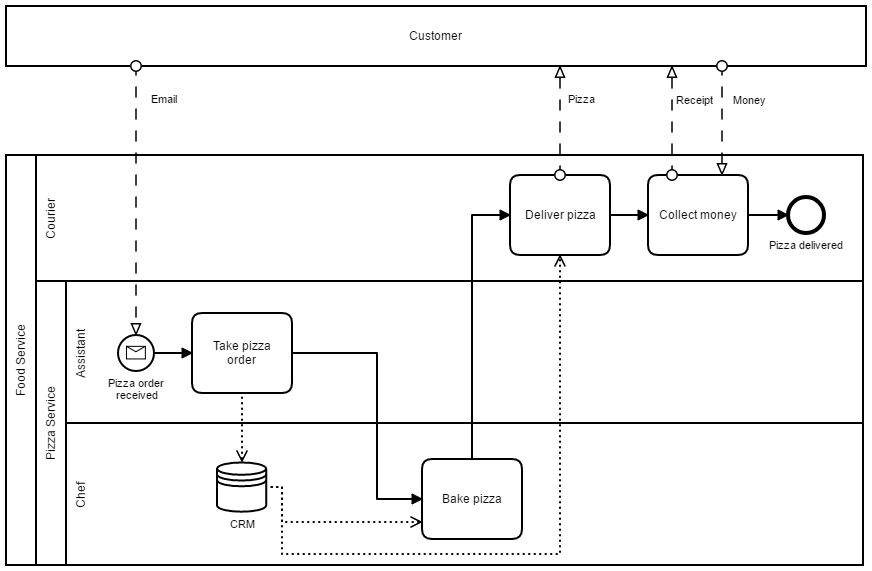
Above: images/pizza-service-operational-interaction.png in DigiBP/digibp-food-inc (BPMN), before the change. Its source is kept beside it as modelling/pizza-service/pizza-service-operational-interaction.bpmn. Ids are renumbered. Its diagram source:
```xml
<bpmn:definitions xmlns:bpmn="http://www.omg.org/spec/BPMN/20100524/MODEL" xmlns:bpmndi="http://www.omg.org/spec/BPMN/20100524/DI" xmlns:di="http://www.omg.org/spec/DD/20100524/DI" xmlns:dc="http://www.omg.org/spec/DD/20100524/DC" xmlns:xsi="http://www.w3.org/2001/XMLSchema-instance" id="Definitions_1" targetNamespace="http://bpmn.io/schema/bpmn" exporter="Camunda Modeler" exporterVersion="1.11.3">
  <bpmn:collaboration id="Collaboration_n1">
    <bpmn:participant id="Participant_n2" name="Food Service" processRef="Process_1" />
    <bpmn:participant id="Participant_n3" name="Customer" />
    <bpmn:messageFlow id="MessageFlow_n4" name="Email" sourceRef="Participant_n3" targetRef="StartEvent_n5" />
    <bpmn:messageFlow id="MessageFlow_n6" name="Pizza" sourceRef="Task_n7" targetRef="Participant_n3" />
    <bpmn:messageFlow id="MessageFlow_n8" name="Money" sourceRef="Participant_n3" targetRef="Task_n9" />
    <bpmn:messageFlow id="MessageFlow_n10" name="Receipt" sourceRef="Task_n9" targetRef="Participant_n3" />
  </bpmn:collaboration>
  <bpmn:process id="Process_1" isExecutable="true">
    <bpmn:laneSet>
      <bpmn:lane id="Lane_n11" name="Courier">
        <bpmn:flowNodeRef>Task_n9</bpmn:flowNodeRef>
        <bpmn:flowNodeRef>Task_n7</bpmn:flowNodeRef>
        <bpmn:flowNodeRef>EndEvent_n12</bpmn:flowNodeRef>
      </bpmn:lane>
      <bpmn:lane id="Lane_n13" name="Pizza Service">
        <bpmn:flowNodeRef>Task_n14</bpmn:flowNodeRef>
        <bpmn:flowNodeRef>Task_n15</bpmn:flowNodeRef>
        <bpmn:flowNodeRef>StartEvent_n5</bpmn:flowNodeRef>
        <bpmn:childLaneSet xsi:type="bpmn:tLaneSet">
          <bpmn:lane id="Lane_n16" name="Assistant">
            <bpmn:flowNodeRef>Task_n15</bpmn:flowNodeRef>
            <bpmn:flowNodeRef>StartEvent_n5</bpmn:flowNodeRef>
          </bpmn:lane>
          <bpmn:lane id="Lane_n17" name="Chef">
            <bpmn:flowNodeRef>Task_n14</bpmn:flowNodeRef>
          </bpmn:lane>
        </bpmn:childLaneSet>
      </bpmn:lane>
    </bpmn:laneSet>
    <bpmn:sequenceFlow id="SequenceFlow_n18" sourceRef="Task_n14" targetRef="Task_n7" />
    <bpmn:sequenceFlow id="SequenceFlow_n19" sourceRef="Task_n9" targetRef="EndEvent_n12" />
    <bpmn:sequenceFlow id="SequenceFlow_n20" sourceRef="Task_n7" targetRef="Task_n9" />
    <bpmn:endEvent id="EndEvent_n12" name="Pizza delivered">
      <bpmn:incoming>SequenceFlow_n19</bpmn:incoming>
    </bpmn:endEvent>
    <bpmn:task id="Task_n7" name="Deliver pizza">
      <bpmn:incoming>SequenceFlow_n18</bpmn:incoming>
      <bpmn:outgoing>SequenceFlow_n20</bpmn:outgoing>
      <bpmn:property id="Property_n21" name="__targetRef_placeholder" />
      <bpmn:dataInputAssociation id="DataInputAssociation_n22">
        <bpmn:sourceRef>DataStoreReference_n23</bpmn:sourceRef>
        <bpmn:targetRef>Property_n21</bpmn:targetRef>
      </bpmn:dataInputAssociation>
    </bpmn:task>
    <bpmn:task id="Task_n9" name="Collect money">
      <bpmn:incoming>SequenceFlow_n20</bpmn:incoming>
      <bpmn:outgoing>SequenceFlow_n19</bpmn:outgoing>
    </bpmn:task>
    <bpmn:sequenceFlow id="SequenceFlow_n24" sourceRef="StartEvent_n5" targetRef="Task_n15" />
    <bpmn:sequenceFlow id="SequenceFlow_n25" sourceRef="Task_n15" targetRef="Task_n14" />
    <bpmn:task id="Task_n14" name="Bake pizza">
      <bpmn:incoming>SequenceFlow_n25</bpmn:incoming>
      <bpmn:outgoing>SequenceFlow_n18</bpmn:outgoing>
      <bpmn:property id="Property_n26" name="__targetRef_placeholder" />
      <bpmn:dataInputAssociation id="DataInputAssociation_n27">
        <bpmn:sourceRef>DataStoreReference_n23</bpmn:sourceRef>
        <bpmn:targetRef>Property_n26</bpmn:targetRef>
      </bpmn:dataInputAssociation>
    </bpmn:task>
    <bpmn:task id="Task_n15" name="Take pizza order">
      <bpmn:incoming>SequenceFlow_n24</bpmn:incoming>
      <bpmn:outgoing>SequenceFlow_n25</bpmn:outgoing>
      <bpmn:dataOutputAssociation id="DataOutputAssociation_n28">
        <bpmn:targetRef>DataStoreReference_n23</bpmn:targetRef>
      </bpmn:dataOutputAssociation>
    </bpmn:task>
    <bpmn:startEvent id="StartEvent_n5" name="Pizza order received">
      <bpmn:outgoing>SequenceFlow_n24</bpmn:outgoing>
      <bpmn:messageEventDefinition />
    </bpmn:startEvent>
    <bpmn:dataStoreReference id="DataStoreReference_n23" name="CRM" />
  </bpmn:process>
  <bpmndi:BPMNDiagram id="BPMNDiagram_1">
    <bpmndi:BPMNPlane id="BPMNPlane_1" bpmnElement="Collaboration_n1">
      <bpmndi:BPMNShape id="Participant_n2_di" bpmnElement="Participant_n2">
        <dc:Bounds x="116" y="182" width="857" height="410" />
      </bpmndi:BPMNShape>
      <bpmndi:BPMNShape id="Participant_1bxmz45_di" bpmnElement="Participant_n3">
        <dc:Bounds x="116" y="33" width="860" height="60" />
      </bpmndi:BPMNShape>
      <bpmndi:BPMNShape id="Lane_n11_di" bpmnElement="Lane_n11">
        <dc:Bounds x="146" y="182" width="827" height="126" />
      </bpmndi:BPMNShape>
      <bpmndi:BPMNShape id="Lane_n13_di" bpmnElement="Lane_n13">
        <dc:Bounds x="146" y="308" width="827" height="284" />
      </bpmndi:BPMNShape>
      <bpmndi:BPMNEdge id="MessageFlow_n4_di" bpmnElement="MessageFlow_n4">
        <di:waypoint xsi:type="dc:Point" x="246" y="93" />
        <di:waypoint xsi:type="dc:Point" x="246" y="362" />
        <bpmndi:BPMNLabel>
          <dc:Bounds x="261" y="118" width="27" height="12" />
        </bpmndi:BPMNLabel>
      </bpmndi:BPMNEdge>
      <bpmndi:BPMNShape id="Task_n14_di" bpmnElement="Task_n14">
        <dc:Bounds x="532" y="486" width="100" height="80" />
      </bpmndi:BPMNShape>
      <bpmndi:BPMNShape id="Task_n7_di" bpmnElement="Task_n7">
        <dc:Bounds x="620" y="202" width="100" height="80" />
      </bpmndi:BPMNShape>
      <bpmndi:BPMNEdge id="SequenceFlow_n18_di" bpmnElement="SequenceFlow_n18">
        <di:waypoint xsi:type="dc:Point" x="582" y="486" />
        <di:waypoint xsi:type="dc:Point" x="582" y="242" />
        <di:waypoint xsi:type="dc:Point" x="620" y="242" />
        <bpmndi:BPMNLabel>
          <dc:Bounds x="552" y="358" width="90" height="12" />
        </bpmndi:BPMNLabel>
      </bpmndi:BPMNEdge>
      <bpmndi:BPMNShape id="Task_n9_di" bpmnElement="Task_n9">
        <dc:Bounds x="758" y="202" width="100" height="80" />
      </bpmndi:BPMNShape>
      <bpmndi:BPMNEdge id="SequenceFlow_n20_di" bpmnElement="SequenceFlow_n20">
        <di:waypoint xsi:type="dc:Point" x="720" y="242" />
        <di:waypoint xsi:type="dc:Point" x="758" y="242" />
        <bpmndi:BPMNLabel>
          <dc:Bounds x="694" y="221" width="90" height="12" />
        </bpmndi:BPMNLabel>
      </bpmndi:BPMNEdge>
      <bpmndi:BPMNShape id="EndEvent_n12_di" bpmnElement="EndEvent_n12">
        <dc:Bounds x="898" y="224" width="36" height="36" />
        <bpmndi:BPMNLabel>
          <dc:Bounds x="879" y="264" width="74" height="12" />
        </bpmndi:BPMNLabel>
      </bpmndi:BPMNShape>
      <bpmndi:BPMNEdge id="SequenceFlow_n19_di" bpmnElement="SequenceFlow_n19">
        <di:waypoint xsi:type="dc:Point" x="858" y="242" />
        <di:waypoint xsi:type="dc:Point" x="898" y="242" />
        <bpmndi:BPMNLabel>
          <dc:Bounds x="833" y="221" width="90" height="12" />
        </bpmndi:BPMNLabel>
      </bpmndi:BPMNEdge>
      <bpmndi:BPMNEdge id="MessageFlow_n6_di" bpmnElement="MessageFlow_n6">
        <di:waypoint xsi:type="dc:Point" x="670" y="202" />
        <di:waypoint xsi:type="dc:Point" x="670" y="93" />
        <bpmndi:BPMNLabel>
          <dc:Bounds x="678" y="118" width="27" height="12" />
        </bpmndi:BPMNLabel>
      </bpmndi:BPMNEdge>
      <bpmndi:BPMNEdge id="MessageFlow_n8_di" bpmnElement="MessageFlow_n8">
        <di:waypoint xsi:type="dc:Point" x="832" y="93" />
        <di:waypoint xsi:type="dc:Point" x="832" y="202" />
        <bpmndi:BPMNLabel>
          <dc:Bounds x="843" y="119" width="33" height="12" />
        </bpmndi:BPMNLabel>
      </bpmndi:BPMNEdge>
      <bpmndi:BPMNEdge id="MessageFlow_n10_di" bpmnElement="MessageFlow_n10">
        <di:waypoint xsi:type="dc:Point" x="782" y="202" />
        <di:waypoint xsi:type="dc:Point" x="782" y="93" />
        <bpmndi:BPMNLabel>
          <dc:Bounds x="786" y="119" width="38" height="12" />
        </bpmndi:BPMNLabel>
      </bpmndi:BPMNEdge>
      <bpmndi:BPMNEdge id="SequenceFlow_n24_di" bpmnElement="SequenceFlow_n24">
        <di:waypoint xsi:type="dc:Point" x="264" y="380" />
        <di:waypoint xsi:type="dc:Point" x="302" y="380" />
        <bpmndi:BPMNLabel>
          <dc:Bounds x="238" y="359" width="90" height="12" />
        </bpmndi:BPMNLabel>
      </bpmndi:BPMNEdge>
      <bpmndi:BPMNShape id="Lane_n16_di" bpmnElement="Lane_n16">
        <dc:Bounds x="176" y="308" width="797" height="142" />
      </bpmndi:BPMNShape>
      <bpmndi:BPMNShape id="Lane_n17_di" bpmnElement="Lane_n17">
        <dc:Bounds x="176" y="450" width="797" height="142" />
      </bpmndi:BPMNShape>
      <bpmndi:BPMNShape id="Task_n15_di" bpmnElement="Task_n15">
        <dc:Bounds x="302" y="340" width="100" height="80" />
      </bpmndi:BPMNShape>
      <bpmndi:BPMNEdge id="SequenceFlow_n25_di" bpmnElement="SequenceFlow_n25">
        <di:waypoint xsi:type="dc:Point" x="402" y="380" />
        <di:waypoint xsi:type="dc:Point" x="487" y="380" />
        <di:waypoint xsi:type="dc:Point" x="487" y="526" />
        <di:waypoint xsi:type="dc:Point" x="532" y="526" />
        <bpmndi:BPMNLabel>
          <dc:Bounds x="457" y="447" width="90" height="12" />
        </bpmndi:BPMNLabel>
      </bpmndi:BPMNEdge>
      <bpmndi:BPMNEdge id="DataOutputAssociation_n28_di" bpmnElement="DataOutputAssociation_n28">
        <di:waypoint xsi:type="dc:Point" x="352" y="420" />
        <di:waypoint xsi:type="dc:Point" x="352" y="489" />
      </bpmndi:BPMNEdge>
      <bpmndi:BPMNShape id="StartEvent_16pwjmw_di" bpmnElement="StartEvent_n5">
        <dc:Bounds x="228" y="362" width="36" height="36" />
        <bpmndi:BPMNLabel>
          <dc:Bounds x="218" y="402" width="57" height="24" />
        </bpmndi:BPMNLabel>
      </bpmndi:BPMNShape>
      <bpmndi:BPMNShape id="DataStoreReference_n23_di" bpmnElement="DataStoreReference_n23">
        <dc:Bounds x="327" y="489" width="50" height="50" />
        <bpmndi:BPMNLabel>
          <dc:Bounds x="340" y="543" width="25" height="12" />
        </bpmndi:BPMNLabel>
      </bpmndi:BPMNShape>
      <bpmndi:BPMNEdge id="DataInputAssociation_n27_di" bpmnElement="DataInputAssociation_n27">
        <di:waypoint xsi:type="dc:Point" x="377" y="514" />
        <di:waypoint xsi:type="dc:Point" x="392" y="514" />
        <di:waypoint xsi:type="dc:Point" x="392" y="549" />
        <di:waypoint xsi:type="dc:Point" x="532" y="549" />
      </bpmndi:BPMNEdge>
      <bpmndi:BPMNEdge id="DataInputAssociation_n22_di" bpmnElement="DataInputAssociation_n22">
        <di:waypoint xsi:type="dc:Point" x="377" y="514" />
        <di:waypoint xsi:type="dc:Point" x="392" y="514" />
        <di:waypoint xsi:type="dc:Point" x="392" y="581" />
        <di:waypoint xsi:type="dc:Point" x="670" y="581" />
        <di:waypoint xsi:type="dc:Point" x="670" y="282" />
      </bpmndi:BPMNEdge>
    </bpmndi:BPMNPlane>
  </bpmndi:BPMNDiagram>
</bpmn:definitions>
```
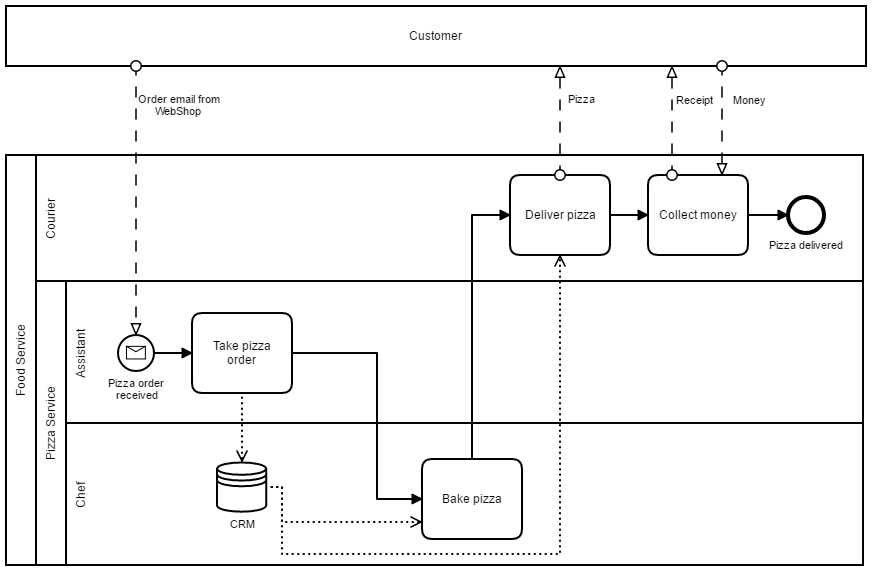
Above is the later version.

What changed in the source:
```diff
@@ -2,7 +2,7 @@
   <bpmn:collaboration id="Collaboration_n1">
     <bpmn:participant id="Participant_n2" name="Food Service" processRef="Process_1" />
     <bpmn:participant id="Participant_n3" name="Customer" />
-    <bpmn:messageFlow id="MessageFlow_n4" name="Email" sourceRef="Participant_n3" targetRef="StartEvent_n5" />
+    <bpmn:messageFlow id="MessageFlow_n4" name="Order email from WebShop" sourceRef="Participant_n3" targetRef="StartEvent_n5" />
     <bpmn:messageFlow id="MessageFlow_n6" name="Pizza" sourceRef="Task_n7" targetRef="Participant_n3" />
     <bpmn:messageFlow id="MessageFlow_n8" name="Money" sourceRef="Participant_n3" targetRef="Task_n9" />
     <bpmn:messageFlow id="MessageFlow_n10" name="Receipt" sourceRef="Task_n9" targetRef="Participant_n3" />
@@ -90,7 +90,7 @@
         <di:waypoint xsi:type="dc:Point" x="246" y="93" />
         <di:waypoint xsi:type="dc:Point" x="246" y="362" />
         <bpmndi:BPMNLabel>
-          <dc:Bounds x="261" y="118" width="27" height="12" />
+          <dc:Bounds x="248" y="118" width="82" height="24" />
         </bpmndi:BPMNLabel>
       </bpmndi:BPMNEdge>
       <bpmndi:BPMNShape id="Task_n14_di" bpmnElement="Task_n14">
```
